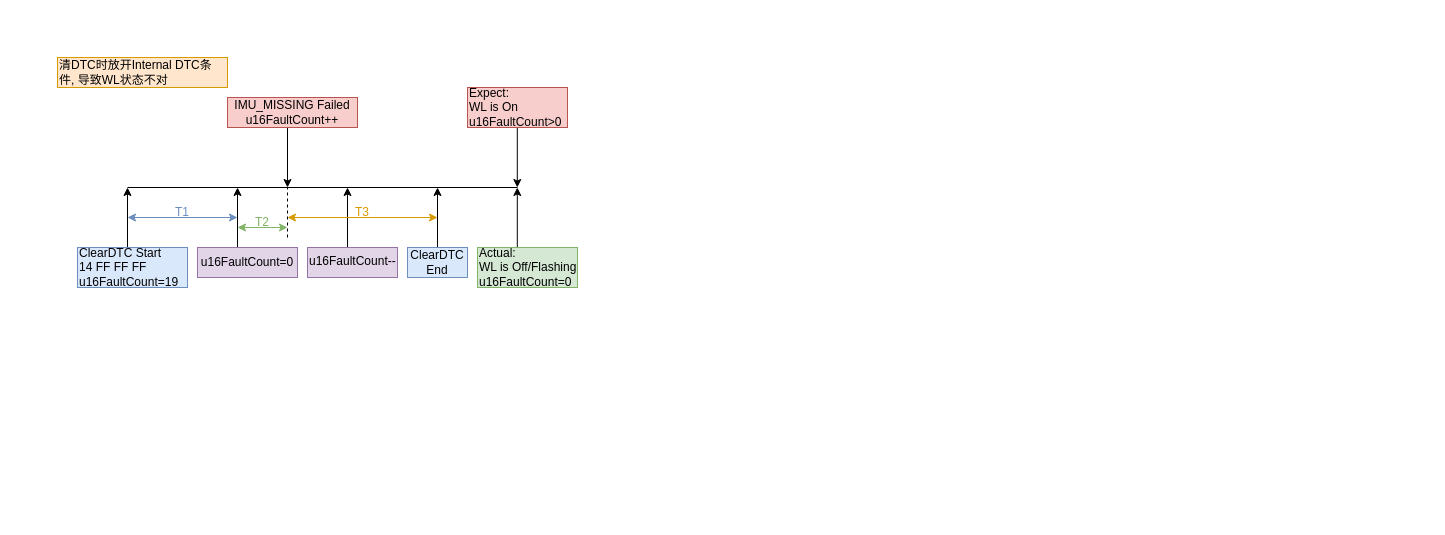
Before: WL_ClearDTC.drawio in woshitanwang/pics_procdure, a draw.io diagram. Source tidied: cells renumbered, new cells numbered last; positions are measured from the earlier drawing's top-left corner, leaving out a move shared by most shapes. Both pictures are drawn from the tidied source at 100%, with x=0, y=0 at pixel (57, 57). Pictures stored in the file or linked from it are replaced by grey dashed boxes.
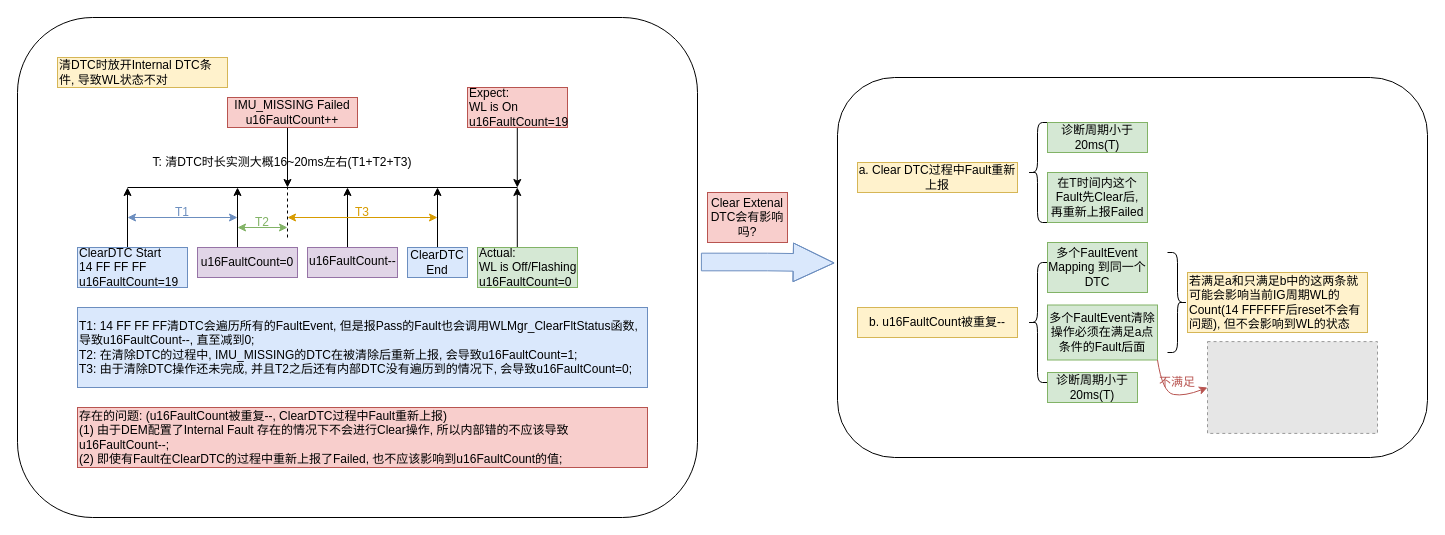
The same diagram, later.

The edit, as a diff of the source:
```diff
@@
+    <mxCell id="25" style="rounded=1;whiteSpace=wrap;html=1;" parent="1" vertex="1">
+      <mxGeometry x="780" y="20" width="590" height="380" as="geometry" />
+    </mxCell>
+    <mxCell id="26" style="rounded=1;whiteSpace=wrap;html=1;" parent="1" vertex="1">
+      <mxGeometry x="-40" y="-40" width="680" height="500" as="geometry" />
+    </mxCell>
@@
-    <mxCell id="16" value="Expect:&lt;br&gt;WL is On&lt;br&gt;u16FaultCount&amp;gt;0" style="text;html=1;strokeColor=#b85450;fillColor=#f8cecc;align=left;verticalAlign=middle;whiteSpace=wrap;rounded=0;" parent="1" vertex="1">
+    <mxCell id="16" value="Expect:&lt;br&gt;WL is On&lt;br&gt;u16FaultCount=19" style="text;html=1;strokeColor=#b85450;fillColor=#f8cecc;align=left;verticalAlign=middle;whiteSpace=wrap;rounded=0;" parent="1" vertex="1">
       <mxGeometry x="410" y="30" width="100" height="40" as="geometry" />
     </mxCell>
@@
-    <mxCell id="24" value="清DTC时放开Internal DTC条件, 导致WL状态不对" style="text;html=1;strokeColor=#d79b00;fillColor=#ffe6cc;align=left;verticalAlign=middle;whiteSpace=wrap;rounded=0;" parent="1" vertex="1">
+    <mxCell id="24" value="清DTC时放开Internal DTC条件, 导致WL状态不对" style="text;html=1;strokeColor=#d6b656;fillColor=#fff2cc;align=left;verticalAlign=middle;whiteSpace=wrap;rounded=0;" parent="1" vertex="1">
       <mxGeometry width="170" height="30" as="geometry" />
     </mxCell>
+    <mxCell id="27" value="T1: 14 FF FF FF清DTC会遍历所有的FaultEvent, 但是报Pass的Fault也会调用WLMgr_ClearFltStatus函数, 导致u16FaultCount--, 直至减到0;&lt;br&gt;T2: 在清除DTC的过程中, IMU_MISSING的DTC在被清除后重新上报, 会导致u16FaultCount=1;&lt;br&gt;T3: 由于清除DTC操作还未完成, 并且T2之后还有内部DTC没有遍历到的情况下, 会导致u16FaultCount=0;" style="text;html=1;strokeColor=#6c8ebf;fillColor=#dae8fc;align=left;verticalAlign=middle;whiteSpace=wrap;rounded=0;" parent="1" vertex="1">
+      <mxGeometry x="20" y="250" width="570" height="80" as="geometry" />
+    </mxCell>
+    <mxCell id="28" value="存在的问题: (u16FaultCount被重复--, ClearDTC过程中Fault重新上报)&lt;br&gt;(1) 由于DEM配置了Internal Fault 存在的情况下不会进行Clear操作, 所以内部错的不应该导致u16FaultCount--;&lt;br&gt;(2) 即使有Fault在ClearDTC的过程中重新上报了Failed, 也不应该影响到u16FaultCount的值;" style="text;html=1;strokeColor=#b85450;fillColor=#f8cecc;align=left;verticalAlign=middle;whiteSpace=wrap;rounded=0;" parent="1" vertex="1">
+      <mxGeometry x="20" y="350" width="570" height="60" as="geometry" />
+    </mxCell>
+    <mxCell id="29" value="T: 清DTC时长实测大概16~20ms左右(T1+T2+T3)" style="text;html=1;strokeColor=none;fillColor=none;align=center;verticalAlign=middle;whiteSpace=wrap;rounded=0;" parent="1" vertex="1">
+      <mxGeometry x="90" y="90" width="270" height="30" as="geometry" />
+    </mxCell>
+    <mxCell id="30" style="shape=flexArrow;endArrow=classic;html=1;rounded=0;fillColor=#dae8fc;strokeColor=#6c8ebf;width=17.647058823529413;endSize=13.270588235294117;entryX=-0.005;entryY=0.488;entryDx=0;entryDy=0;entryPerimeter=0;exitX=1.005;exitY=0.489;exitDx=0;exitDy=0;exitPerimeter=0;" parent="1" edge="1" source="26" target="25">
+      <mxGeometry relative="1" as="geometry">
+        <Array as="points">
+          <mxPoint x="710" y="204.5" />
+        </Array>
+      </mxGeometry>
+    </mxCell>
+    <mxCell id="31" value="Clear Extenal DTC会有影响吗?" style="text;html=1;strokeColor=#b85450;fillColor=#f8cecc;align=center;verticalAlign=middle;whiteSpace=wrap;rounded=0;fontStyle=0;" parent="1" vertex="1">
+      <mxGeometry x="650" y="135" width="80" height="50" as="geometry" />
+    </mxCell>
+    <mxCell id="32" value="b. u16FaultCount被重复--" style="text;html=1;strokeColor=#d6b656;fillColor=#fff2cc;align=center;verticalAlign=middle;whiteSpace=wrap;rounded=0;" parent="1" vertex="1">
+      <mxGeometry x="800" y="250" width="160" height="30" as="geometry" />
+    </mxCell>
+    <mxCell id="33" value="a. Clear DTC过程中Fault重新上报" style="text;html=1;strokeColor=#d6b656;fillColor=#fff2cc;align=center;verticalAlign=middle;whiteSpace=wrap;rounded=0;" parent="1" vertex="1">
+      <mxGeometry x="800" y="105" width="160" height="30" as="geometry" />
+    </mxCell>
+    <mxCell id="34" style="shape=curlyBracket;whiteSpace=wrap;html=1;rounded=1;labelPosition=left;verticalLabelPosition=middle;align=right;verticalAlign=middle;" parent="1" vertex="1">
+      <mxGeometry x="970" y="65" width="20" height="100" as="geometry" />
+    </mxCell>
+    <mxCell id="35" style="shape=curlyBracket;whiteSpace=wrap;html=1;rounded=1;labelPosition=left;verticalLabelPosition=middle;align=right;verticalAlign=middle;" parent="1" vertex="1">
+      <mxGeometry x="970" y="205" width="20" height="120" as="geometry" />
+    </mxCell>
+    <mxCell id="36" value="诊断周期小于20ms(T)" style="text;html=1;strokeColor=#82b366;fillColor=#d5e8d4;align=center;verticalAlign=middle;whiteSpace=wrap;rounded=0;" parent="1" vertex="1">
+      <mxGeometry x="990" y="65" width="100" height="30" as="geometry" />
+    </mxCell>
+    <mxCell id="37" value="在T时间内这个Fault先Clear后, 再重新上报Failed" style="text;html=1;strokeColor=#82b366;fillColor=#d5e8d4;align=center;verticalAlign=middle;whiteSpace=wrap;rounded=0;" parent="1" vertex="1">
+      <mxGeometry x="990" y="115" width="100" height="50" as="geometry" />
+    </mxCell>
+    <mxCell id="38" value="多个FaultEvent Mapping 到同一个DTC" style="text;html=1;strokeColor=#82b366;fillColor=#d5e8d4;align=center;verticalAlign=middle;whiteSpace=wrap;rounded=0;" parent="1" vertex="1">
+      <mxGeometry x="990" y="185" width="100" height="50" as="geometry" />
+    </mxCell>
+    <mxCell id="39" value="多个FaultEvent清除操作必须在满足a点条件的Fault后面" style="text;html=1;strokeColor=#82b366;fillColor=#d5e8d4;align=center;verticalAlign=middle;whiteSpace=wrap;rounded=0;" parent="1" vertex="1">
+      <mxGeometry x="990" y="247.5" width="110" height="55" as="geometry" />
+    </mxCell>
+    <mxCell id="40" value="诊断周期小于20ms(T)" style="text;html=1;strokeColor=#82b366;fillColor=#d5e8d4;align=center;verticalAlign=middle;whiteSpace=wrap;rounded=0;" parent="1" vertex="1">
+      <mxGeometry x="990" y="315" width="90" height="30" as="geometry" />
+    </mxCell>
+    <mxCell id="41" style="shape=curlyBracket;whiteSpace=wrap;html=1;rounded=1;flipH=1;labelPosition=right;verticalLabelPosition=middle;align=left;verticalAlign=middle;" parent="1" vertex="1">
+      <mxGeometry x="1110" y="195" width="20" height="100" as="geometry" />
+    </mxCell>
+    <mxCell id="42" value="若满足a和只满足b中的这两条就可能会影响当前IG周期WL的Count(14 FFFFFF后reset不会有问题), 但不会影响到WL的状态" style="text;html=1;strokeColor=#d6b656;fillColor=#fff2cc;align=left;verticalAlign=middle;whiteSpace=wrap;rounded=0;" parent="1" vertex="1">
+      <mxGeometry x="1130" y="215" width="180" height="60" as="geometry" />
+    </mxCell>
+    <mxCell id="43" style="fillColor=#E6E6E6;strokeColor=#999999;dashed=1;verticalLabelPosition=bottom;labelBackgroundColor=default;verticalAlign=top;" parent="1" vertex="1">
+      <mxGeometry x="1150" y="284.1" width="170" height="91.8" as="geometry" />
+    </mxCell>
+    <mxCell id="44" style="curved=1;endArrow=classic;html=1;rounded=0;exitX=1;exitY=0.5;exitDx=0;exitDy=0;fillColor=#f8cecc;strokeColor=#b85450;entryX=0;entryY=0.5;entryDx=0;entryDy=0;fontColor=#b85450;" parent="1" edge="1" target="43">
+      <mxGeometry relative="1" as="geometry">
+        <mxPoint x="1100" y="302.5" as="sourcePoint" />
+        <Array as="points">
+          <mxPoint x="1105" y="335" />
+          <mxPoint x="1127" y="338.9" />
+        </Array>
+      </mxGeometry>
+    </mxCell>
+    <mxCell id="45" value="不满足" style="text;html=1;strokeColor=none;fillColor=none;align=center;verticalAlign=middle;whiteSpace=wrap;rounded=0;fontColor=#b85450;" parent="1" vertex="1">
+      <mxGeometry x="1100" y="315" width="40" height="20" as="geometry" />
+    </mxCell>
```
